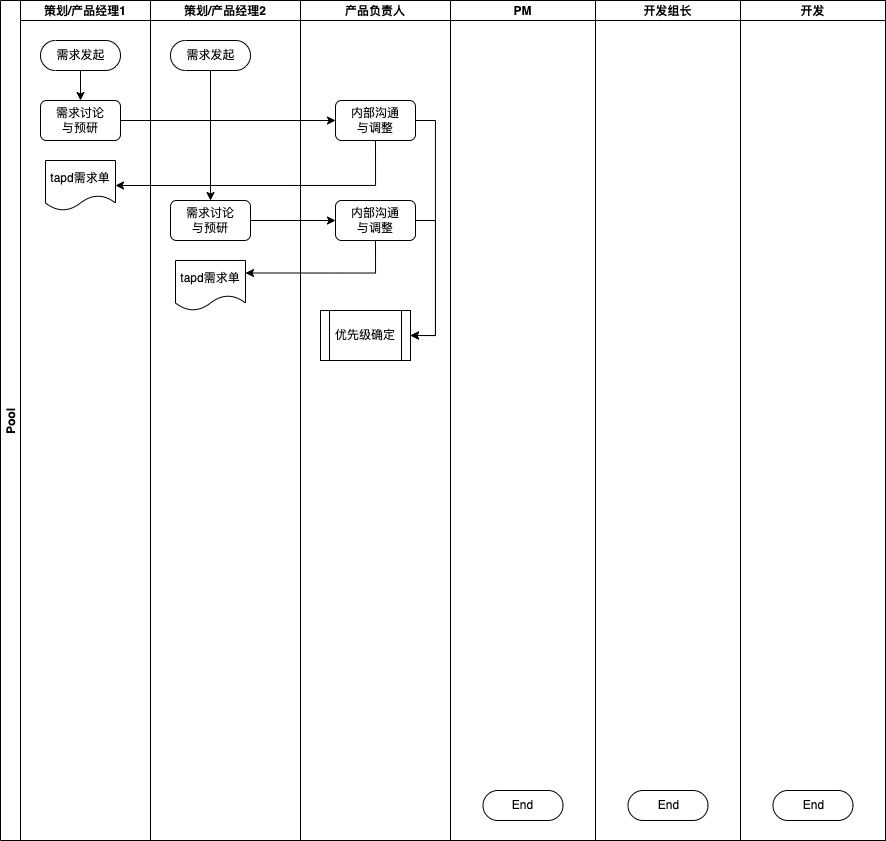
Earlier version of the draw.io export Untitled Diagram.drawio.png (derek964/the-economist-ebooks). Source tidied: cells renumbered, new cells last; positions are measured from the earlier drawing's top-left corner, leaving out a move shared by most shapes.
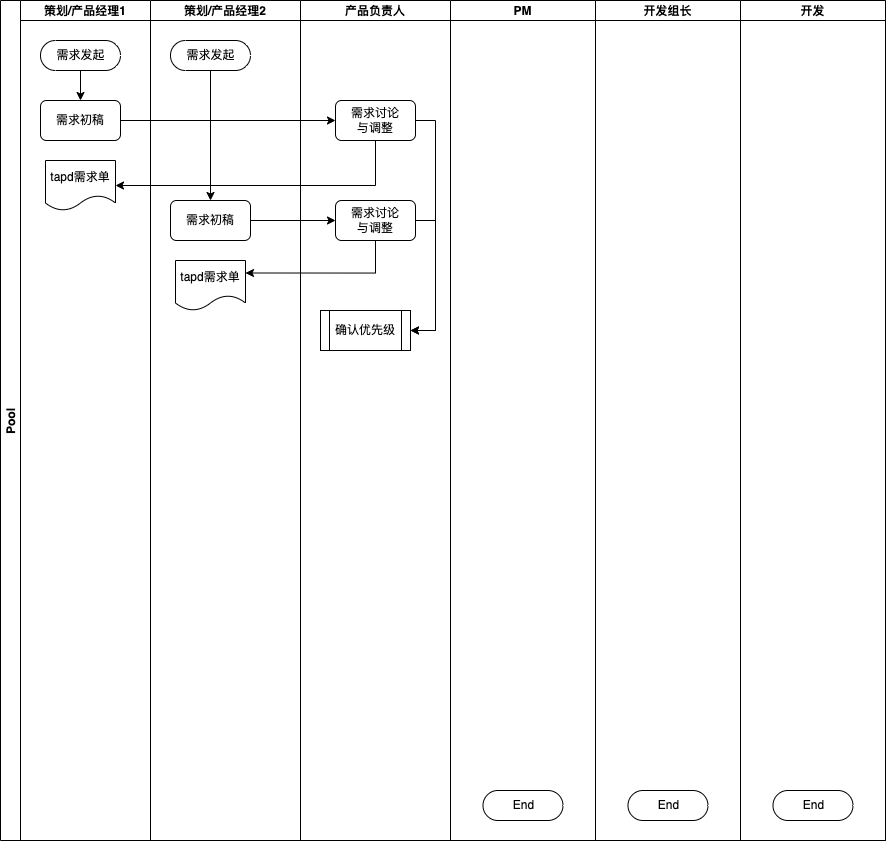
After the change.

The edit, as a diff of the source:
```diff
@@ -14,7 +14,7 @@
     <mxCell id="5" value="需求发起" style="html=1;dashed=0;whitespace=wrap;shape=mxgraph.dfd.start;" parent="3" vertex="1">
       <mxGeometry x="20" y="40" width="80" height="30" as="geometry" />
     </mxCell>
-    <mxCell id="6" value="需求讨论&lt;br&gt;与预研" style="rounded=1;whiteSpace=wrap;html=1;" parent="3" vertex="1">
+    <mxCell id="6" value="需求初稿" style="rounded=1;whiteSpace=wrap;html=1;" parent="3" vertex="1">
       <mxGeometry x="20" y="100" width="80" height="40" as="geometry" />
     </mxCell>
     <mxCell id="7" value="tapd需求单" style="shape=document;whiteSpace=wrap;html=1;boundedLbl=1;" parent="3" vertex="1">
@@ -26,7 +26,7 @@
     <mxCell id="9" value="需求发起" style="html=1;dashed=0;whitespace=wrap;shape=mxgraph.dfd.start;" parent="8" vertex="1">
       <mxGeometry x="20" y="40" width="80" height="30" as="geometry" />
     </mxCell>
-    <mxCell id="10" value="需求讨论&lt;br&gt;与预研" style="rounded=1;whiteSpace=wrap;html=1;" parent="8" vertex="1">
+    <mxCell id="10" value="需求初稿" style="rounded=1;whiteSpace=wrap;html=1;" parent="8" vertex="1">
       <mxGeometry x="20" y="200" width="80" height="40" as="geometry" />
     </mxCell>
     <mxCell id="11" style="edgeStyle=orthogonalEdgeStyle;rounded=0;jettySize=auto;html=1;" parent="8" edge="1" source="9" target="10">
@@ -44,22 +44,22 @@
     <mxCell id="15" style="edgeStyle=orthogonalEdgeStyle;rounded=0;jettySize=auto;html=1;exitX=1;exitY=0.5;exitDx=0;exitDy=0;entryX=1;entryY=0.5;entryDx=0;entryDy=0;" parent="14" edge="1" source="17" target="19">
       <mxGeometry relative="1" as="geometry" />
     </mxCell>
-    <mxCell id="16" value="内部沟通&lt;br&gt;与调整" style="rounded=1;whiteSpace=wrap;html=1;" parent="14" vertex="1">
+    <mxCell id="16" value="需求讨论&lt;br&gt;与调整" style="rounded=1;whiteSpace=wrap;html=1;" parent="14" vertex="1">
       <mxGeometry x="35" y="100" width="80" height="40" as="geometry" />
     </mxCell>
-    <mxCell id="17" value="内部沟通&lt;br&gt;与调整" style="rounded=1;whiteSpace=wrap;html=1;" parent="14" vertex="1">
+    <mxCell id="17" value="需求讨论&lt;br&gt;与调整" style="rounded=1;whiteSpace=wrap;html=1;" parent="14" vertex="1">
       <mxGeometry x="35" y="200" width="80" height="40" as="geometry" />
     </mxCell>
     <mxCell id="18" style="edgeStyle=orthogonalEdgeStyle;rounded=0;jettySize=auto;html=1;exitX=1;exitY=0.5;exitDx=0;exitDy=0;entryX=1;entryY=0.5;entryDx=0;entryDy=0;" parent="14" edge="1" source="16" target="19">
       <mxGeometry relative="1" as="geometry">
         <Array as="points">
           <mxPoint x="135" y="120" />
-          <mxPoint x="135" y="335" />
+          <mxPoint x="135" y="330" />
         </Array>
       </mxGeometry>
     </mxCell>
-    <mxCell id="19" value="优先级确定" style="shape=process;whiteSpace=wrap;html=1;backgroundOutline=1;" parent="14" vertex="1">
-      <mxGeometry x="20" y="310" width="90" height="50" as="geometry" />
+    <mxCell id="19" value="确认优先级" style="shape=process;whiteSpace=wrap;html=1;backgroundOutline=1;" parent="14" vertex="1">
+      <mxGeometry x="20" y="310" width="90" height="40" as="geometry" />
     </mxCell>
     <mxCell id="20" value="PM" style="swimlane;startSize=20;" parent="2" vertex="1">
       <mxGeometry x="450" width="145" height="840" as="geometry" />
```
